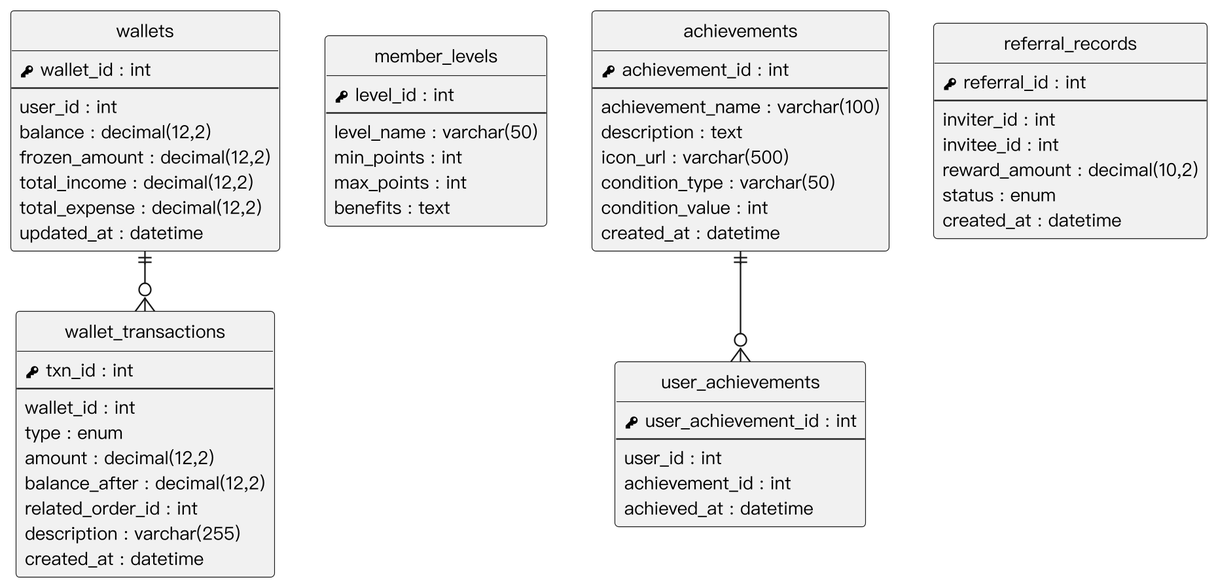
Earlier version of the PlantUML export Diagrams/Relational Tables/v3/er_wallet.png (SaveMyBook/SaveMyBook).
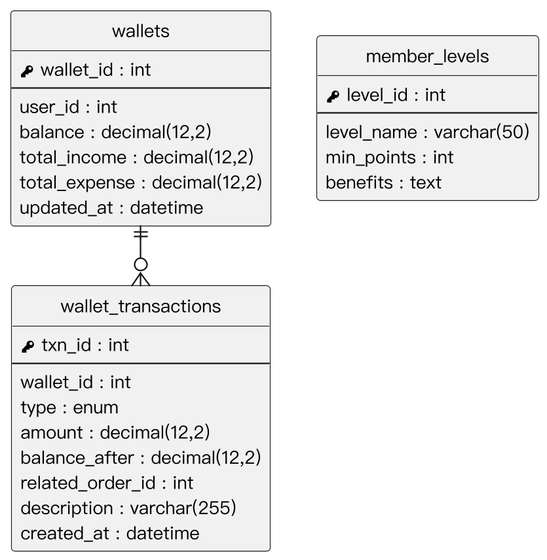
Later version of the same file.

The edit, as a diff of the source:
```diff
@@ -15,7 +15,6 @@
   --
   {field} user_id : int
   {field} balance : decimal(12,2)
-  {field} frozen_amount : decimal(12,2)
   {field} total_income : decimal(12,2)
   {field} total_expense : decimal(12,2)
   {field} updated_at : datetime
@@ -36,35 +35,7 @@
   --
   {field} level_name : varchar(50)
   {field} min_points : int
-  {field} max_points : int
   {field} benefits : text
 }
-entity "achievements" as achievements {
-  {field} <&key> achievement_id : int
-  --
-  {field} achievement_name : varchar(100)
-  {field} description : text
-  {field} icon_url : varchar(500)
-  {field} condition_type : varchar(50)
-  {field} condition_value : int
-  {field} created_at : datetime
-}
-entity "user_achievements" as user_achievements {
-  {field} <&key> user_achievement_id : int
-  --
-  {field} user_id : int
-  {field} achievement_id : int
-  {field} achieved_at : datetime
-}
-entity "referral_records" as referral_records {
-  {field} <&key> referral_id : int
-  --
-  {field} inviter_id : int
-  {field} invitee_id : int
-  {field} reward_amount : decimal(10,2)
-  {field} status : enum
-  {field} created_at : datetime
-}
 wallets ||--o{ wallet_transactions
-achievements ||--o{ user_achievements
 @enduml
```
